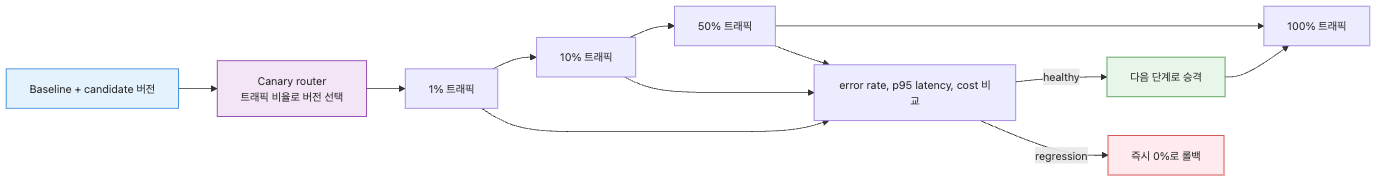
Above: assets/harness-engineering-101/10/10-03-deployment-pattern-gradual-rollout.ko.png in yeongseon-books/book-content (Mermaid), before the change. Its source is kept beside it as assets/harness-engineering-101/10/10-03-deployment-pattern-gradual-rollout.ko.mmd.
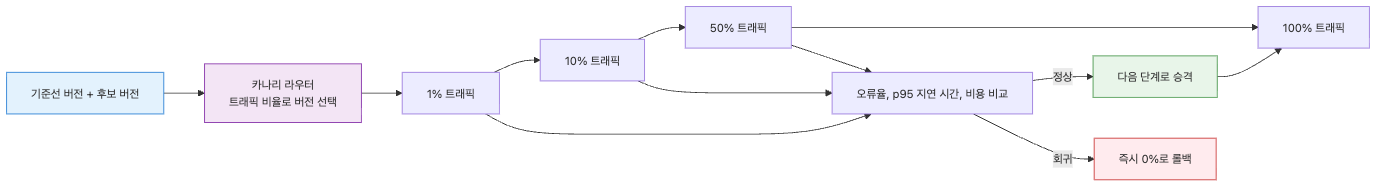
After the change.

Change to the diagram source:
```diff
@@ -1,15 +1,15 @@
 flowchart LR
-    버전들["Baseline + candidate 버전"] --> 라우터["Canary router\n트래픽 비율로 버전 선택"]
+    버전들["기준선 버전 + 후보 버전"] --> 라우터["카나리 라우터\n트래픽 비율로 버전 선택"]
     라우터 --> 일퍼센트["1% 트래픽"]
     일퍼센트 --> 십퍼센트["10% 트래픽"]
     십퍼센트 --> 오십퍼센트["50% 트래픽"]
     오십퍼센트 --> 백퍼센트["100% 트래픽"]
 
-    일퍼센트 --> 비교["error rate, p95 latency, cost 비교"]
+    일퍼센트 --> 비교["오류율, p95 지연 시간, 비용 비교"]
     십퍼센트 --> 비교
     오십퍼센트 --> 비교
-    비교 -->|healthy| 승격["다음 단계로 승격"]
-    비교 -->|regression| 되돌리기["즉시 0%로 롤백"]
+    비교 -->|정상| 승격["다음 단계로 승격"]
+    비교 -->|회귀| 되돌리기["즉시 0%로 롤백"]
     승격 --> 백퍼센트
 
     style 버전들 fill:#e3f2fd,stroke:#1976d2
```
